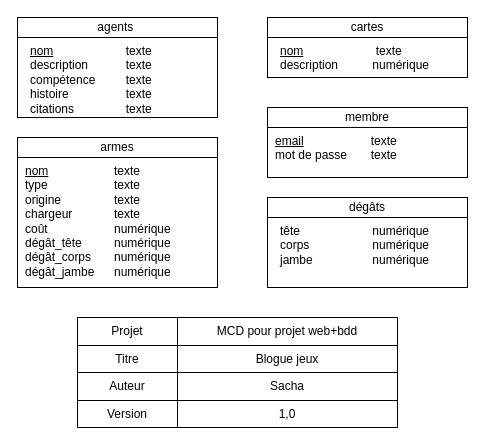
CPNV-PROJWEB-BDD/GamingBlog keeps this draw.io diagram as docs/MCD_Valoblog.drawio. Above is the earlier version. Source tidied: cells renumbered, new cells numbered last; positions are measured from the earlier drawing's top-left corner, leaving out a move shared by most shapes. Both pictures are drawn from the tidied source at 100%, with x=0, y=0 at pixel (17, 17).
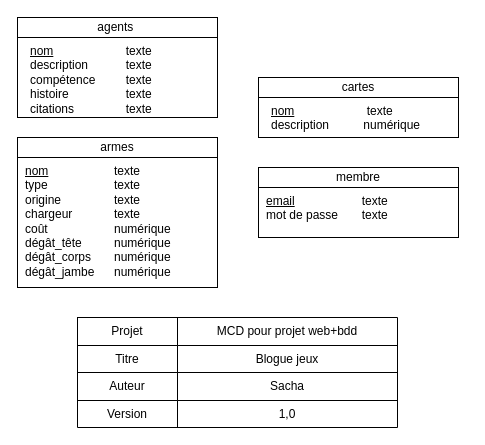
After the change.

Commit message (it also covers changes not shown here):
Modifications on the MCD

Change to the diagram source:
```diff
@@
     <mxCell id="19" value="&lt;div style=&quot;box-sizing: border-box ; width: 100% ; padding: 2px&quot;&gt;&lt;br&gt;&lt;/div&gt;" style="verticalAlign=top;align=center;overflow=fill;html=1;rounded=0;shadow=0;comic=0;labelBackgroundColor=none;strokeColor=#000000;strokeWidth=1;fillColor=#ffffff;fontFamily=Verdana;fontSize=12;fontColor=#000000;" parent="1" vertex="1">
-      <mxGeometry x="250" width="200" height="60" as="geometry" />
+      <mxGeometry x="241" y="60" width="200" height="60" as="geometry" />
     </mxCell>
     <mxCell id="20" value="cartes" style="rounded=0;whiteSpace=wrap;html=1;" parent="1" vertex="1">
-      <mxGeometry x="250" width="200" height="20" as="geometry" />
+      <mxGeometry x="241" y="60" width="200" height="20" as="geometry" />
     </mxCell>
     <mxCell id="21" value="&lt;u&gt;nom&lt;/u&gt;&lt;br&gt;description" style="text;html=1;strokeColor=none;fillColor=none;align=left;verticalAlign=top;whiteSpace=wrap;rounded=0;" parent="1" vertex="1">
-      <mxGeometry x="261" y="20" width="90" height="60" as="geometry" />
+      <mxGeometry x="252" y="80" width="90" height="60" as="geometry" />
     </mxCell>
     <mxCell id="22" value="&lt;span style=&quot;white-space: pre&quot;&gt; &lt;span style=&quot;white-space: pre&quot;&gt; &lt;/span&gt;&lt;/span&gt;texte&lt;br&gt;&lt;span style=&quot;white-space: pre&quot;&gt; &lt;/span&gt;numérique&lt;br&gt;&lt;span style=&quot;white-space: pre&quot;&gt; &lt;/span&gt;&lt;span style=&quot;white-space: pre&quot;&gt; &lt;/span&gt;&lt;br&gt;&lt;span style=&quot;white-space: pre&quot;&gt; &lt;/span&gt;&lt;span style=&quot;white-space: pre&quot;&gt; &lt;/span&gt;" style="text;html=1;strokeColor=none;fillColor=none;align=left;verticalAlign=top;whiteSpace=wrap;rounded=0;" parent="1" vertex="1">
-      <mxGeometry x="350" y="20" width="100" height="50" as="geometry" />
+      <mxGeometry x="341" y="80" width="100" height="50" as="geometry" />
     </mxCell>
@@
     <mxCell id="27" value="&lt;div style=&quot;box-sizing: border-box ; width: 100% ; padding: 2px&quot;&gt;&lt;br&gt;&lt;/div&gt;" style="verticalAlign=top;align=center;overflow=fill;html=1;rounded=0;shadow=0;comic=0;labelBackgroundColor=none;strokeColor=#000000;strokeWidth=1;fillColor=#ffffff;fontFamily=Verdana;fontSize=12;fontColor=#000000;" parent="1" vertex="1">
-      <mxGeometry x="250" y="90" width="200" height="70" as="geometry" />
+      <mxGeometry x="241" y="150" width="200" height="70" as="geometry" />
     </mxCell>
     <mxCell id="28" value="&lt;u&gt;email&lt;/u&gt;&lt;br&gt;mot de passe" style="text;html=1;strokeColor=none;fillColor=none;align=left;verticalAlign=top;whiteSpace=wrap;rounded=0;" parent="1" vertex="1">
-      <mxGeometry x="255.5" y="110" width="90" height="60" as="geometry" />
+      <mxGeometry x="246.5" y="170" width="90" height="60" as="geometry" />
     </mxCell>
     <mxCell id="29" value="&lt;span style=&quot;white-space: pre&quot;&gt; &lt;span style=&quot;white-space: pre&quot;&gt; &lt;/span&gt;&lt;/span&gt;texte&lt;br&gt;&lt;span style=&quot;white-space: pre&quot;&gt; &lt;span style=&quot;white-space: pre;&quot;&gt; &lt;/span&gt;t&lt;/span&gt;exte&lt;br&gt;&lt;span style=&quot;white-space: pre&quot;&gt; &lt;/span&gt;&lt;span style=&quot;white-space: pre&quot;&gt; &lt;/span&gt;&lt;br&gt;&lt;span style=&quot;white-space: pre&quot;&gt; &lt;/span&gt;&lt;span style=&quot;white-space: pre&quot;&gt; &lt;/span&gt;" style="text;html=1;strokeColor=none;fillColor=none;align=left;verticalAlign=top;whiteSpace=wrap;rounded=0;" parent="1" vertex="1">
-      <mxGeometry x="344.5" y="110" width="100" height="50" as="geometry" />
+      <mxGeometry x="335.5" y="170" width="100" height="50" as="geometry" />
     </mxCell>
     <mxCell id="30" value="membre" style="rounded=0;whiteSpace=wrap;html=1;" parent="1" vertex="1">
-      <mxGeometry x="250" y="90" width="200" height="20" as="geometry" />
+      <mxGeometry x="241" y="150" width="200" height="20" as="geometry" />
     </mxCell>
-    <mxCell id="31" value="&lt;div style=&quot;box-sizing: border-box ; width: 100% ; padding: 2px&quot;&gt;&lt;br&gt;&lt;/div&gt;" style="verticalAlign=top;align=center;overflow=fill;html=1;rounded=0;shadow=0;comic=0;labelBackgroundColor=none;strokeColor=#000000;strokeWidth=1;fillColor=#ffffff;fontFamily=Verdana;fontSize=12;fontColor=#000000;" parent="1" vertex="1">
-      <mxGeometry x="250" y="180" width="200" height="90" as="geometry" />
-    </mxCell>
-    <mxCell id="32" value="dégâts" style="rounded=0;whiteSpace=wrap;html=1;" parent="1" vertex="1">
-      <mxGeometry x="250" y="180" width="200" height="20" as="geometry" />
-    </mxCell>
-    <mxCell id="33" value="tête&lt;br&gt;corps&lt;br&gt;jambe" style="text;html=1;strokeColor=none;fillColor=none;align=left;verticalAlign=top;whiteSpace=wrap;rounded=0;" parent="1" vertex="1">
-      <mxGeometry x="261" y="200" width="90" height="60" as="geometry" />
-    </mxCell>
-    <mxCell id="34" value="&lt;span style=&quot;white-space: pre&quot;&gt; &lt;/span&gt;numérique&lt;br&gt;&lt;span style=&quot;white-space: pre&quot;&gt; &lt;/span&gt;numérique&amp;nbsp;&lt;br&gt;&lt;span style=&quot;white-space: pre&quot;&gt; &lt;/span&gt;numérique&amp;nbsp;" style="text;html=1;strokeColor=none;fillColor=none;align=left;verticalAlign=top;whiteSpace=wrap;rounded=0;" parent="1" vertex="1">
-      <mxGeometry x="350" y="200" width="100" height="50" as="geometry" />
-    </mxCell>
```
